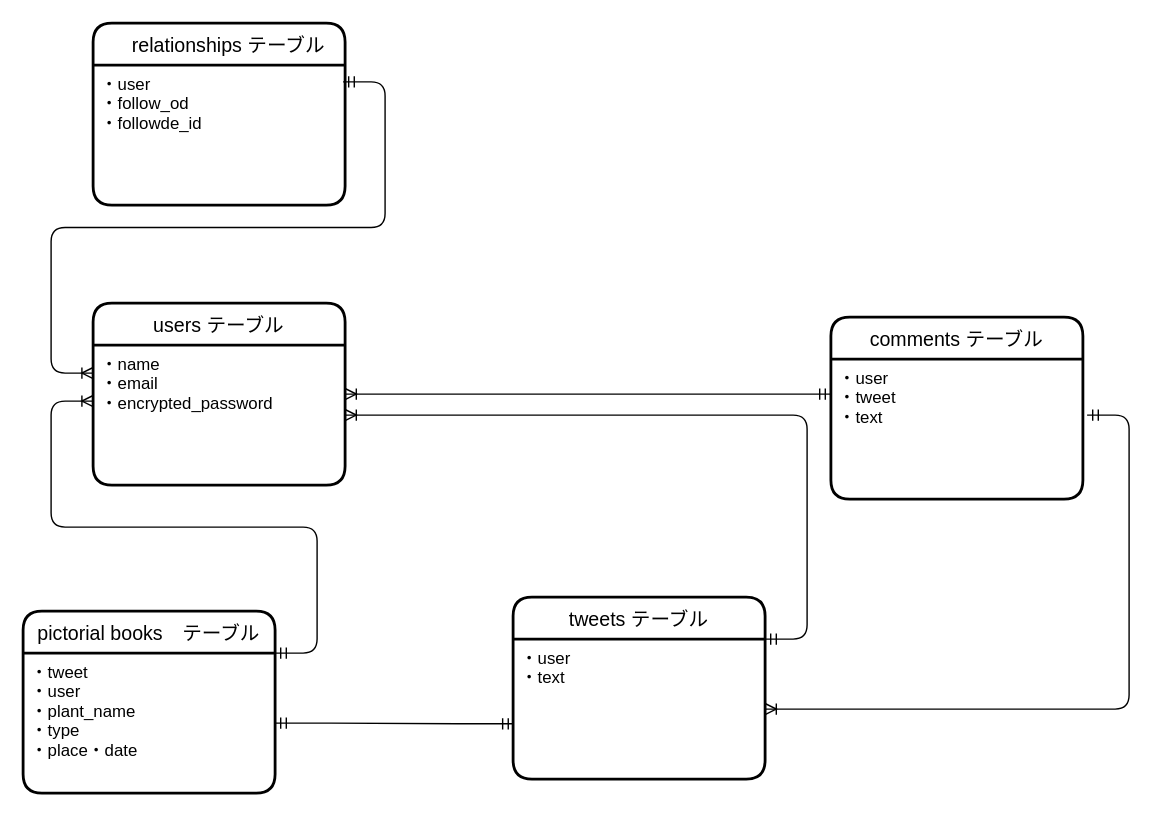
riko38407/succulent_tweet keeps this draw.io diagram as succulent_table.dio. Above is the earlier version. Source tidied: cells renumbered, new cells numbered last; positions are measured from the earlier drawing's top-left corner, leaving out a move shared by most shapes. Both pictures are drawn from the tidied source at 140%, with x=0, y=0 at pixel (22, 22).
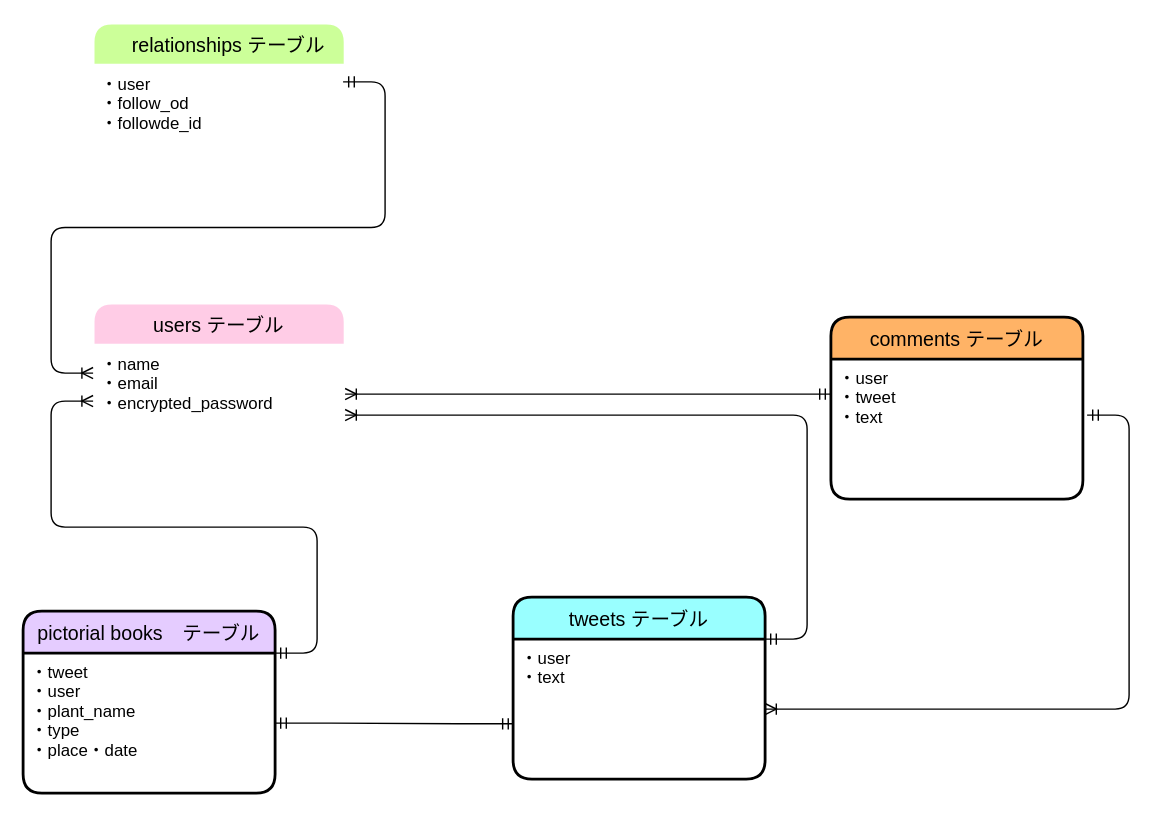
The same page after the edit.

What changed in the source:
```diff
@@
-    <mxCell id="2" value="users テーブル" style="swimlane;horizontal=1;startSize=30;rounded=1;fontSize=14;fontStyle=0;strokeWidth=2;shadow=0;dashed=0;align=center;" parent="1" vertex="1">
+    <mxCell id="2" value="users テーブル" style="swimlane;horizontal=1;startSize=30;rounded=1;fontSize=14;fontStyle=0;strokeWidth=2;shadow=0;dashed=0;align=center;strokeColor=#FFFFFF;fillColor=#FFCCE6;" parent="1" vertex="1">
       <mxGeometry x="50" y="200" width="180" height="130" as="geometry" />
     </mxCell>
@@
-    <mxCell id="4" value="tweets テーブル" style="swimlane;horizontal=1;startSize=30;rounded=1;fontSize=14;fontStyle=0;strokeWidth=2;shadow=0;dashed=0;align=center;" parent="1" vertex="1">
+    <mxCell id="4" value="tweets テーブル" style="swimlane;horizontal=1;startSize=30;rounded=1;fontSize=14;fontStyle=0;strokeWidth=2;shadow=0;dashed=0;align=center;fillColor=#99FFFF;" parent="1" vertex="1">
       <mxGeometry x="350" y="410" width="180" height="130" as="geometry" />
     </mxCell>
@@
-    <mxCell id="6" value="comments テーブル" style="swimlane;horizontal=1;startSize=30;rounded=1;fontSize=14;fontStyle=0;strokeWidth=2;shadow=0;dashed=0;align=center;" parent="1" vertex="1">
+    <mxCell id="6" value="comments テーブル" style="swimlane;horizontal=1;startSize=30;rounded=1;fontSize=14;fontStyle=0;strokeWidth=2;shadow=0;dashed=0;align=center;fillColor=#FFB366;" parent="1" vertex="1">
       <mxGeometry x="577" y="210" width="180" height="130" as="geometry" />
     </mxCell>
@@
-    <mxCell id="8" value="pictorial books　テーブル" style="swimlane;horizontal=1;startSize=30;rounded=1;fontSize=14;fontStyle=0;strokeWidth=2;shadow=0;dashed=0;align=center;" parent="1" vertex="1">
+    <mxCell id="8" value="pictorial books　テーブル" style="swimlane;horizontal=1;startSize=30;rounded=1;fontSize=14;fontStyle=0;strokeWidth=2;shadow=0;dashed=0;align=center;fillColor=#E5CCFF;" parent="1" vertex="1">
       <mxGeometry y="420" width="180" height="130" as="geometry" />
     </mxCell>
@@
-    <mxCell id="15" value="　relationships テーブル" style="swimlane;horizontal=1;startSize=30;rounded=1;fontSize=14;fontStyle=0;strokeWidth=2;shadow=0;dashed=0;align=center;" parent="1" vertex="1">
+    <mxCell id="15" value="　relationships テーブル" style="swimlane;horizontal=1;startSize=30;rounded=1;fontSize=14;fontStyle=0;strokeWidth=2;shadow=0;dashed=0;align=center;fillColor=#CCFF99;strokeColor=#FFFFFF;" parent="1" vertex="1">
       <mxGeometry x="50" width="180" height="130" as="geometry" />
     </mxCell>
```
